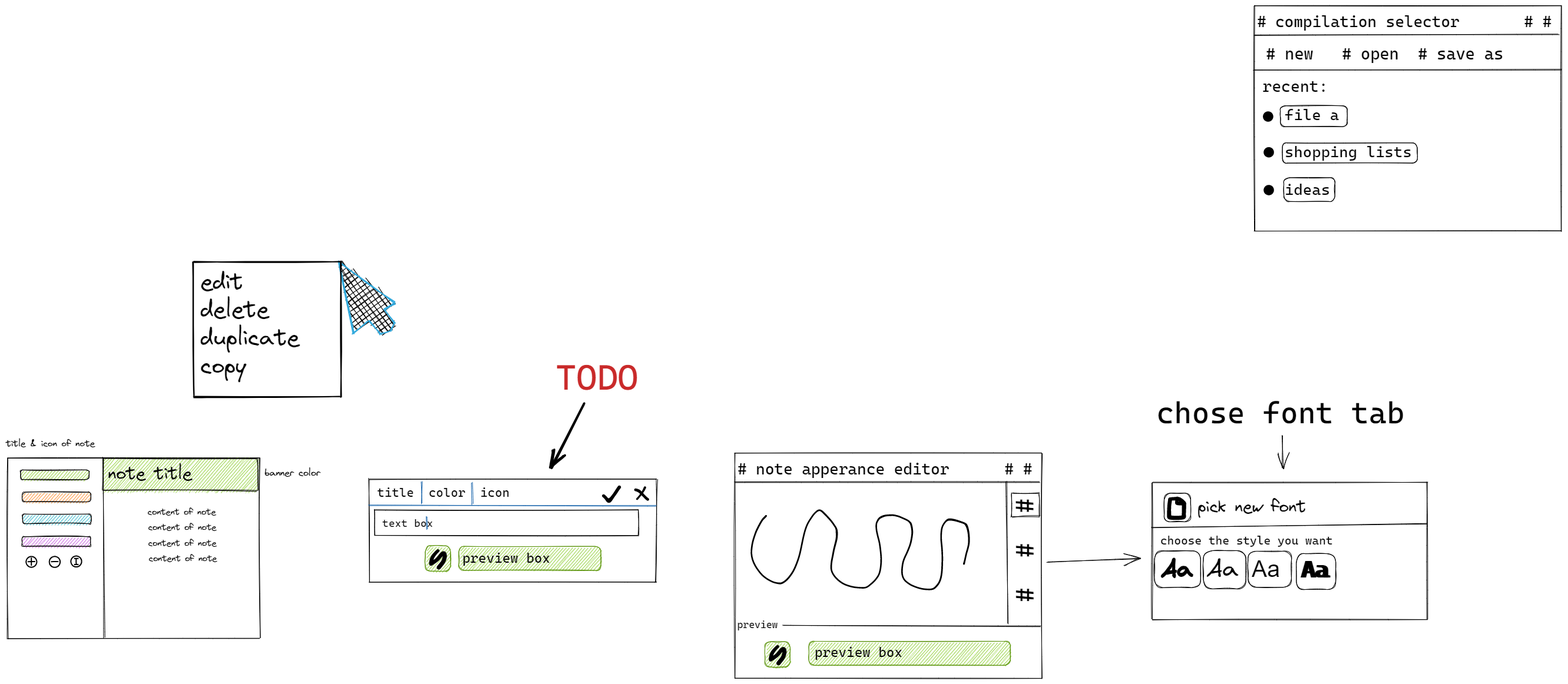
Earlier version of the Excalidraw export assets/idea/idea.excalidraw.png (jonahh1/quick-jots). Source tidied: one line per element, renumbered; positions are measured from the earlier drawing's top-left corner, leaving out a move shared by most shapes.
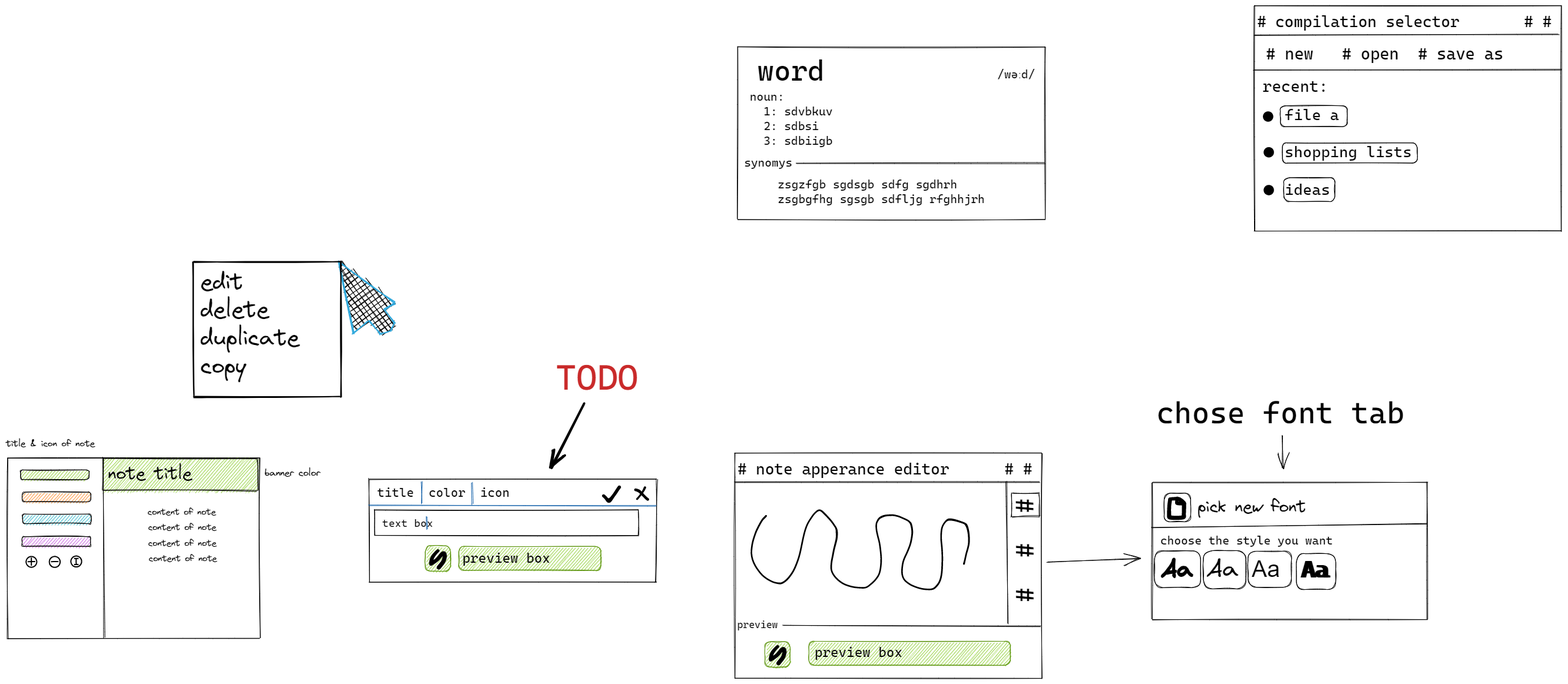
The same diagram one commit later.

The edit, as a diff of the source:
```diff
@@ -92,3 +92,10 @@
 {"id": 91, "type": "text", "text": "# new   # open  # save as  ", "strokeColor": "#000000", "strokeWidth": 1, "roughness": 1, "fontSize": 27.53, "fontFamily": 3, "x": 2139, "y": 65, "width": 436, "height": 33}
 {"id": 92, "type": "line", "strokeColor": "#000000", "strokeWidth": 1, "roughness": 1, "x": 2118, "y": 108, "width": 524, "height": 0, "points": [[0, 0], [524, 0]]}
 {"id": 93, "type": "text", "text": "recent:", "strokeColor": "#000000", "strokeWidth": 1, "roughness": 1, "fontSize": 27.17, "fontFamily": 3, "x": 2133, "y": 120, "width": 112, "height": 33}
+{"id": 94, "type": "rectangle", "strokeColor": "#000000", "strokeWidth": 1, "roughness": 1, "x": 1243, "y": 70, "width": 522, "height": 293}
+{"id": 95, "type": "text", "text": "word", "strokeColor": "#000000", "strokeWidth": 1, "roughness": 1, "fontSize": 48.63, "fontFamily": 3, "x": 1275, "y": 78, "width": 117, "height": 61}
+{"id": 96, "type": "text", "text": "/wəːd/", "strokeColor": "#000000", "strokeWidth": 1, "roughness": 1, "fontSize": 20, "fontFamily": 3, "x": 1683, "y": 103, "width": 65, "height": 25}
+{"id": 97, "type": "text", "text": "noun:\n  1: sdvbkuv\n  2: sdbsi\n  3: sdbiigb", "strokeColor": "#000000", "strokeWidth": 1, "roughness": 1, "fontSize": 20, "fontFamily": 3, "x": 1263, "y": 141, "width": 142, "height": 100}
+{"id": 98, "type": "line", "strokeColor": "#000000", "strokeWidth": 1, "roughness": 1, "x": 1342, "y": 267, "width": 422, "height": 1, "points": [[0, 0], [422, 1]]}
+{"id": 99, "type": "text", "text": "synomys", "strokeColor": "#000000", "strokeWidth": 1, "roughness": 1, "fontSize": 20, "fontFamily": 3, "x": 1253, "y": 253, "width": 83, "height": 25}
+{"id": 100, "type": "text", "text": "zsgzfgb sgdsgb sdfg sgdhrh\nzsgbgfhg sgsgb sdfljg rfghhjrh", "strokeColor": "#000000", "strokeWidth": 1, "roughness": 1, "fontSize": 20, "fontFamily": 3, "x": 1310, "y": 290, "width": 352, "height": 50}
```
